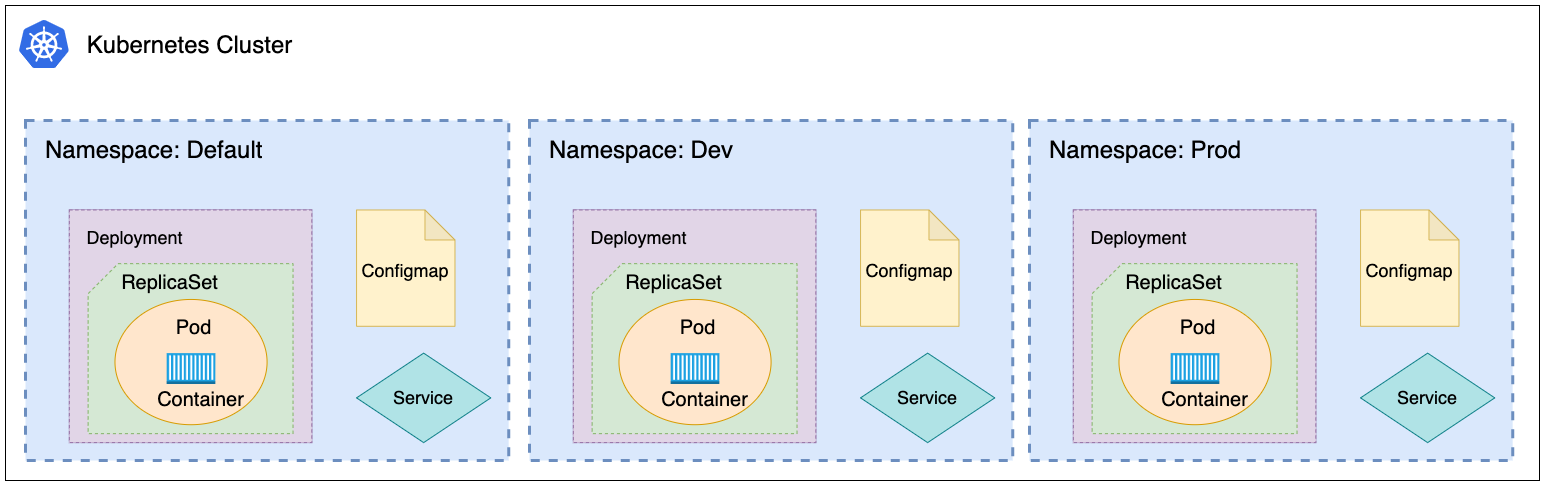
Above: readme/namespace.png in tiennguyenhoan/kubernetes-basic-usage-learning (draw.io), before the change. Source tidied: cells renumbered, new cells last; positions are measured from the earlier drawing's top-left corner, leaving out a move shared by most shapes.
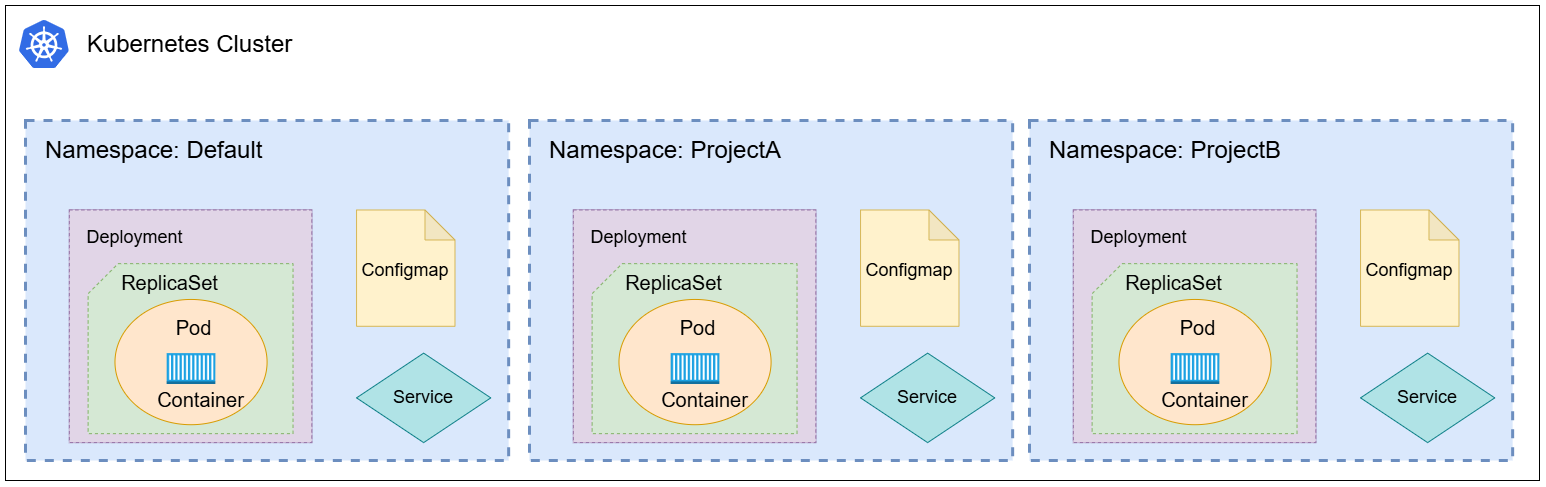
The same file after the commit.

The edit, as a diff of the source:
```diff
@@ -104,7 +104,7 @@
     <mxCell id="35" value="Container" style="text;html=1;align=center;verticalAlign=middle;strokeColor=none;fillColor=none;fontSize=20;" parent="33" vertex="1">
       <mxGeometry y="30.9" width="100" height="30" as="geometry" />
     </mxCell>
-    <mxCell id="36" value="&lt;span style=&quot;color: rgb(0 , 0 , 0) ; font-family: &amp;#34;helvetica&amp;#34; ; font-size: 24px ; font-style: normal ; font-weight: 400 ; letter-spacing: normal ; text-align: center ; text-indent: 0px ; text-transform: none ; word-spacing: 0px ; display: inline ; float: none&quot;&gt;Namespace: Dev&lt;/span&gt;" style="text;whiteSpace=wrap;html=1;fontSize=24;" parent="22" vertex="1">
+    <mxCell id="36" value="&lt;span style=&quot;color: rgb(0, 0, 0); font-family: helvetica; font-size: 24px; font-style: normal; font-weight: 400; letter-spacing: normal; text-align: center; text-indent: 0px; text-transform: none; word-spacing: 0px; display: inline; float: none;&quot;&gt;Namespace: ProjectA&lt;/span&gt;" style="text;whiteSpace=wrap;html=1;fontSize=24;" parent="22" vertex="1">
       <mxGeometry x="17.9" y="8.9" width="420.5" height="35.8" as="geometry" />
     </mxCell>
     <mxCell id="37" value="&lt;font style=&quot;font-size: 18px&quot;&gt;Configmap&lt;/font&gt;" style="shape=note;whiteSpace=wrap;html=1;backgroundOutline=1;darkOpacity=0.05;labelBackgroundColor=none;fontSize=24;strokeWidth=1;fillColor=#fff2cc;strokeColor=#d6b656;" parent="22" vertex="1">
@@ -155,7 +155,7 @@
     <mxCell id="52" value="Container" style="text;html=1;align=center;verticalAlign=middle;strokeColor=none;fillColor=none;fontSize=20;" parent="50" vertex="1">
       <mxGeometry y="30.9" width="100" height="30" as="geometry" />
     </mxCell>
-    <mxCell id="53" value="&lt;span style=&quot;color: rgb(0 , 0 , 0) ; font-family: &amp;#34;helvetica&amp;#34; ; font-size: 24px ; font-style: normal ; font-weight: 400 ; letter-spacing: normal ; text-align: center ; text-indent: 0px ; text-transform: none ; word-spacing: 0px ; display: inline ; float: none&quot;&gt;Namespace: Prod&lt;/span&gt;" style="text;whiteSpace=wrap;html=1;fontSize=24;" parent="39" vertex="1">
+    <mxCell id="53" value="&lt;span style=&quot;color: rgb(0, 0, 0); font-family: helvetica; font-size: 24px; font-style: normal; font-weight: 400; letter-spacing: normal; text-align: center; text-indent: 0px; text-transform: none; word-spacing: 0px; display: inline; float: none;&quot;&gt;Namespace: ProjectB&lt;/span&gt;" style="text;whiteSpace=wrap;html=1;fontSize=24;" parent="39" vertex="1">
       <mxGeometry x="17.9" y="8.9" width="420.5" height="35.8" as="geometry" />
     </mxCell>
     <mxCell id="54" value="&lt;font style=&quot;font-size: 18px&quot;&gt;Configmap&lt;/font&gt;" style="shape=note;whiteSpace=wrap;html=1;backgroundOutline=1;darkOpacity=0.05;labelBackgroundColor=none;fontSize=24;strokeWidth=1;fillColor=#fff2cc;strokeColor=#d6b656;" parent="39" vertex="1">
```
